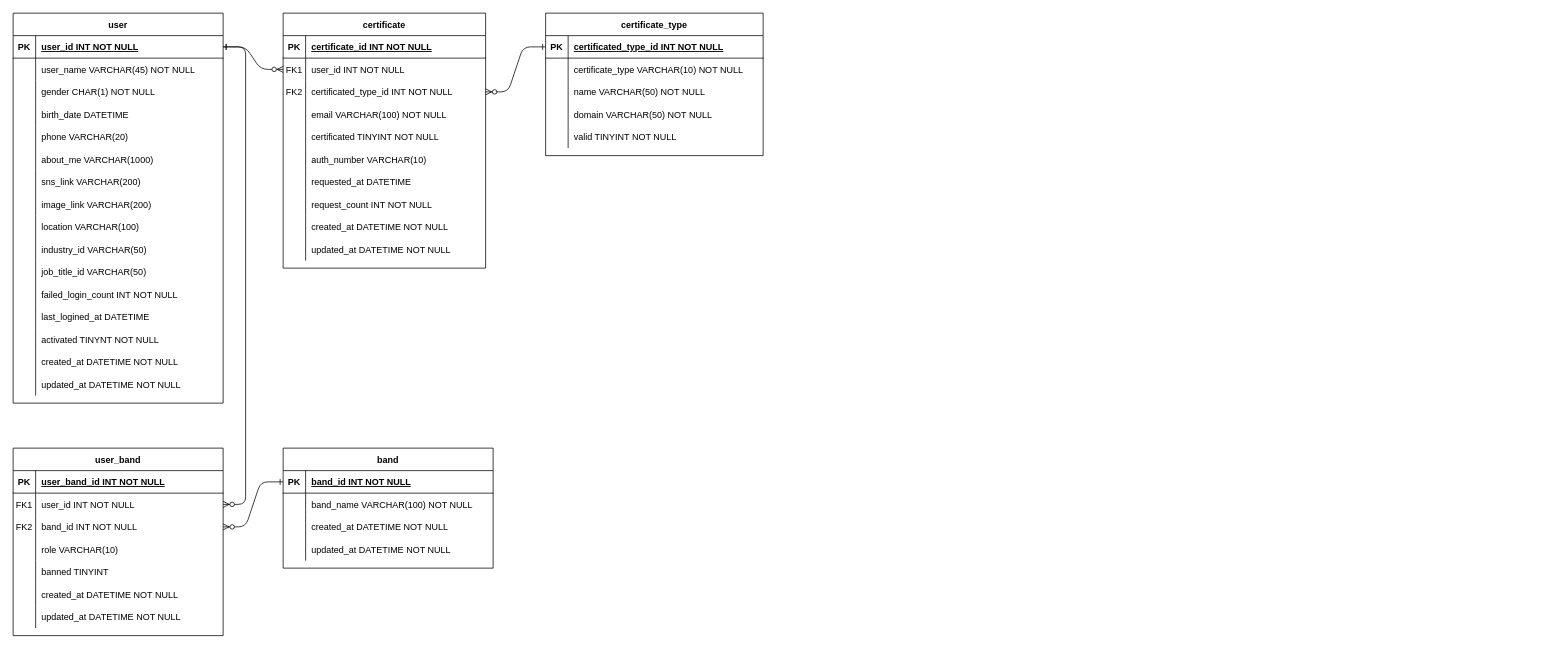
Earlier version of the draw.io diagram ERD.drawio (Peer-Band/Peer-Band-DB). Source tidied: cells renumbered, new cells numbered last; positions are measured from the earlier drawing's top-left corner, leaving out a move shared by most shapes. Both pictures are drawn from the tidied source at 75%, with x=0, y=0 at pixel (13, 13).
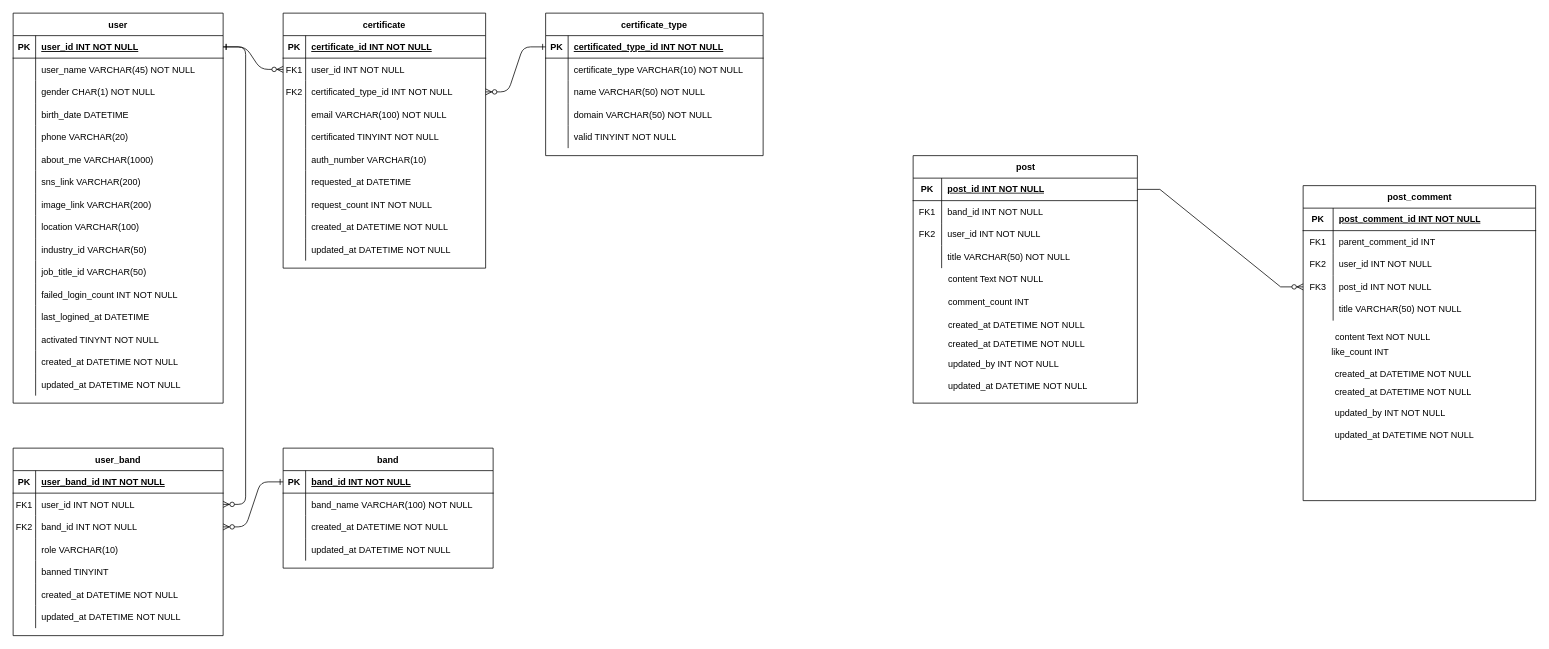
The same page after the edit.

The edit, as a diff of the source:
```diff
@@
+    <mxCell id="137" value="post" style="shape=table;startSize=30;childLayout=tableLayout;rowLines=0;fontStyle=1;align=center;html=1;" parent="1" vertex="1">
+      <mxGeometry x="1200" y="190" width="299" height="330" as="geometry" />
+    </mxCell>
+    <mxCell id="138" style="shape=tableRow;horizontal=0;startSize=0;swimlaneHead=0;swimlaneBody=0;fillColor=none;points=[[0,0.5],[1,0.5]];portConstraint=eastwest;top=0;left=0;right=0;bottom=1;" parent="137" vertex="1">
+      <mxGeometry y="30" width="299" height="30" as="geometry" />
+    </mxCell>
+    <mxCell id="139" value="PK" style="shape=partialRectangle;fillColor=none;top=0;left=0;bottom=0;right=0;fontStyle=1;overflow=hidden;whiteSpace=wrap;html=1;" parent="138" vertex="1">
+      <mxGeometry width="38" height="30" as="geometry" />
+    </mxCell>
+    <mxCell id="140" value="post_id INT NOT NULL" style="shape=partialRectangle;fillColor=none;top=0;left=0;bottom=0;right=0;align=left;spacingLeft=6;fontStyle=5;overflow=hidden;whiteSpace=wrap;html=1;" parent="138" vertex="1">
+      <mxGeometry x="38" width="261" height="30" as="geometry" />
+    </mxCell>
+    <mxCell id="141" style="shape=tableRow;horizontal=0;startSize=0;swimlaneHead=0;swimlaneBody=0;fillColor=none;top=0;left=0;right=0;bottom=0;" parent="137" vertex="1">
+      <mxGeometry y="60" width="299" height="30" as="geometry" />
+    </mxCell>
+    <mxCell id="142" value="FK1" style="shape=partialRectangle;fillColor=none;top=0;left=0;bottom=0;right=0;overflow=hidden;whiteSpace=wrap;html=1;" parent="141" vertex="1">
+      <mxGeometry width="38" height="30" as="geometry" />
+    </mxCell>
+    <mxCell id="143" value="band_id INT NOT NULL" style="shape=partialRectangle;fillColor=none;top=0;left=0;bottom=0;right=0;align=left;spacingLeft=6;overflow=hidden;whiteSpace=wrap;html=1;" parent="141" vertex="1">
+      <mxGeometry x="38" width="261" height="30" as="geometry" />
+    </mxCell>
+    <mxCell id="144" style="shape=tableRow;horizontal=0;startSize=0;swimlaneHead=0;swimlaneBody=0;fillColor=none;top=0;left=0;right=0;bottom=0;" parent="137" vertex="1">
+      <mxGeometry y="90" width="299" height="30" as="geometry" />
+    </mxCell>
+    <mxCell id="145" value="FK2" style="shape=partialRectangle;fillColor=none;top=0;left=0;bottom=0;right=0;overflow=hidden;whiteSpace=wrap;html=1;" parent="144" vertex="1">
+      <mxGeometry width="38" height="30" as="geometry" />
+    </mxCell>
+    <mxCell id="146" value="user_id INT NOT NULL" style="shape=partialRectangle;fillColor=none;top=0;left=0;bottom=0;right=0;align=left;spacingLeft=6;overflow=hidden;whiteSpace=wrap;html=1;" parent="144" vertex="1">
+      <mxGeometry x="38" width="261" height="30" as="geometry" />
+    </mxCell>
+    <mxCell id="147" style="shape=tableRow;horizontal=0;startSize=0;swimlaneHead=0;swimlaneBody=0;fillColor=none;top=0;left=0;right=0;bottom=0;" parent="137" vertex="1">
+      <mxGeometry y="120" width="299" height="30" as="geometry" />
+    </mxCell>
+    <mxCell id="148" style="shape=partialRectangle;fillColor=none;top=0;left=0;bottom=0;right=0;overflow=hidden;whiteSpace=wrap;html=1;" parent="147" vertex="1">
+      <mxGeometry width="38" height="30" as="geometry" />
+    </mxCell>
+    <mxCell id="149" value="title VARCHAR(50) NOT NULL" style="shape=partialRectangle;fillColor=none;top=0;left=0;bottom=0;right=0;align=left;spacingLeft=6;overflow=hidden;whiteSpace=wrap;html=1;" parent="147" vertex="1">
+      <mxGeometry x="38" width="261" height="30" as="geometry" />
+    </mxCell>
+    <mxCell id="150" value="content Text NOT NULL" style="shape=partialRectangle;fillColor=none;top=0;left=0;bottom=0;right=0;align=left;spacingLeft=6;overflow=hidden;whiteSpace=wrap;html=1;" parent="1" vertex="1">
+      <mxGeometry x="1239" y="340" width="260" height="30" as="geometry" />
+    </mxCell>
+    <mxCell id="151" value="comment_count INT&amp;nbsp;" style="shape=partialRectangle;fillColor=none;top=0;left=0;bottom=0;right=0;align=left;spacingLeft=6;overflow=hidden;whiteSpace=wrap;html=1;" parent="1" vertex="1">
+      <mxGeometry x="1239" y="370" width="260" height="30" as="geometry" />
+    </mxCell>
+    <mxCell id="152" value="created_at DATETIME NOT NULL" style="shape=partialRectangle;overflow=hidden;fillColor=none;top=0;left=0;bottom=0;right=0;align=left;spacingLeft=6;" parent="1" vertex="1">
+      <mxGeometry x="1239" y="425" width="240" height="30" as="geometry" />
+    </mxCell>
+    <mxCell id="153" value="updated_by INT NOT NULL" style="shape=partialRectangle;overflow=hidden;fillColor=none;top=0;left=0;bottom=0;right=0;align=left;spacingLeft=6;" parent="1" vertex="1">
+      <mxGeometry x="1239" y="452" width="240" height="30" as="geometry" />
+    </mxCell>
+    <mxCell id="154" value="updated_at DATETIME NOT NULL" style="shape=partialRectangle;overflow=hidden;fillColor=none;top=0;left=0;bottom=0;right=0;align=left;spacingLeft=6;" parent="1" vertex="1">
+      <mxGeometry x="1239" y="482" width="240" height="30" as="geometry" />
+    </mxCell>
+    <mxCell id="155" value="created_at DATETIME NOT NULL" style="shape=partialRectangle;overflow=hidden;fillColor=none;top=0;left=0;bottom=0;right=0;align=left;spacingLeft=6;" parent="1" vertex="1">
+      <mxGeometry x="1239" y="400" width="240" height="30" as="geometry" />
+    </mxCell>
+    <mxCell id="156" value="post_comment" style="shape=table;startSize=30;childLayout=tableLayout;rowLines=0;fontStyle=1;align=center;html=1;" parent="1" vertex="1">
+      <mxGeometry x="1720" y="230" width="310" height="420" as="geometry" />
+    </mxCell>
+    <mxCell id="157" style="shape=tableRow;horizontal=0;startSize=0;swimlaneHead=0;swimlaneBody=0;fillColor=none;top=0;left=0;right=0;bottom=1;" parent="156" vertex="1">
+      <mxGeometry y="30" width="310" height="30" as="geometry" />
+    </mxCell>
+    <mxCell id="158" value="PK" style="shape=partialRectangle;fillColor=none;top=0;left=0;bottom=0;right=0;fontStyle=1;overflow=hidden;whiteSpace=wrap;html=1;" parent="157" vertex="1">
+      <mxGeometry width="40" height="30" as="geometry" />
+    </mxCell>
+    <mxCell id="159" value="post_comment_id INT NOT NULL" style="shape=partialRectangle;fillColor=none;top=0;left=0;bottom=0;right=0;align=left;spacingLeft=6;fontStyle=5;overflow=hidden;whiteSpace=wrap;html=1;" parent="157" vertex="1">
+      <mxGeometry x="40" width="270" height="30" as="geometry" />
+    </mxCell>
+    <mxCell id="160" style="shape=tableRow;horizontal=0;startSize=0;swimlaneHead=0;swimlaneBody=0;fillColor=none;top=0;left=0;right=0;bottom=0;" parent="156" vertex="1">
+      <mxGeometry y="60" width="310" height="30" as="geometry" />
+    </mxCell>
+    <mxCell id="161" value="FK1" style="shape=partialRectangle;fillColor=none;top=0;left=0;bottom=0;right=0;overflow=hidden;whiteSpace=wrap;html=1;" parent="160" vertex="1">
+      <mxGeometry width="40" height="30" as="geometry" />
+    </mxCell>
+    <mxCell id="162" value="parent_comment_id INT&amp;nbsp;" style="shape=partialRectangle;fillColor=none;top=0;left=0;bottom=0;right=0;align=left;spacingLeft=6;overflow=hidden;whiteSpace=wrap;html=1;" parent="160" vertex="1">
+      <mxGeometry x="40" width="270" height="30" as="geometry" />
+    </mxCell>
+    <mxCell id="163" style="shape=tableRow;horizontal=0;startSize=0;swimlaneHead=0;swimlaneBody=0;fillColor=none;top=0;left=0;right=0;bottom=0;" parent="156" vertex="1">
+      <mxGeometry y="90" width="310" height="30" as="geometry" />
+    </mxCell>
+    <mxCell id="164" value="FK2" style="shape=partialRectangle;fillColor=none;top=0;left=0;bottom=0;right=0;overflow=hidden;whiteSpace=wrap;html=1;" parent="163" vertex="1">
+      <mxGeometry width="40" height="30" as="geometry" />
+    </mxCell>
+    <mxCell id="165" value="user_id INT NOT NULL" style="shape=partialRectangle;fillColor=none;top=0;left=0;bottom=0;right=0;align=left;spacingLeft=6;overflow=hidden;whiteSpace=wrap;html=1;" parent="163" vertex="1">
+      <mxGeometry x="40" width="270" height="30" as="geometry" />
+    </mxCell>
+    <mxCell id="166" style="shape=tableRow;horizontal=0;startSize=0;swimlaneHead=0;swimlaneBody=0;fillColor=none;points=[[0,0.5],[1,0.5]];portConstraint=eastwest;top=0;left=0;right=0;bottom=0;" parent="156" vertex="1">
+      <mxGeometry y="120" width="310" height="30" as="geometry" />
+    </mxCell>
+    <mxCell id="167" value="FK3" style="shape=partialRectangle;fillColor=none;top=0;left=0;bottom=0;right=0;overflow=hidden;whiteSpace=wrap;html=1;" parent="166" vertex="1">
+      <mxGeometry width="40" height="30" as="geometry" />
+    </mxCell>
+    <mxCell id="168" value="post_id INT NOT NULL" style="shape=partialRectangle;fillColor=none;top=0;left=0;bottom=0;right=0;align=left;spacingLeft=6;overflow=hidden;whiteSpace=wrap;html=1;" parent="166" vertex="1">
+      <mxGeometry x="40" width="270" height="30" as="geometry" />
+    </mxCell>
+    <mxCell id="169" style="shape=tableRow;horizontal=0;startSize=0;swimlaneHead=0;swimlaneBody=0;fillColor=none;top=0;left=0;right=0;bottom=0;" parent="156" vertex="1">
+      <mxGeometry y="150" width="310" height="30" as="geometry" />
+    </mxCell>
+    <mxCell id="170" style="shape=partialRectangle;fillColor=none;top=0;left=0;bottom=0;right=0;overflow=hidden;whiteSpace=wrap;html=1;" parent="169" vertex="1">
+      <mxGeometry width="40" height="30" as="geometry" />
+    </mxCell>
+    <mxCell id="171" value="title VARCHAR(50) NOT NULL" style="shape=partialRectangle;fillColor=none;top=0;left=0;bottom=0;right=0;align=left;spacingLeft=6;overflow=hidden;whiteSpace=wrap;html=1;" parent="169" vertex="1">
+      <mxGeometry x="40" width="270" height="30" as="geometry" />
+    </mxCell>
+    <mxCell id="172" value="content Text NOT NULL" style="shape=partialRectangle;fillColor=none;top=0;left=0;bottom=0;right=0;align=left;spacingLeft=6;overflow=hidden;whiteSpace=wrap;html=1;" parent="1" vertex="1">
+      <mxGeometry x="1754.5" y="417" width="260" height="30" as="geometry" />
+    </mxCell>
+    <mxCell id="173" value="like_count INT&amp;nbsp;" style="shape=partialRectangle;fillColor=none;top=0;left=0;bottom=0;right=0;align=left;spacingLeft=6;overflow=hidden;whiteSpace=wrap;html=1;" parent="1" vertex="1">
+      <mxGeometry x="1750" y="437" width="260" height="30" as="geometry" />
+    </mxCell>
+    <mxCell id="174" value="created_at DATETIME NOT NULL" style="shape=partialRectangle;overflow=hidden;fillColor=none;top=0;left=0;bottom=0;right=0;align=left;spacingLeft=6;" parent="1" vertex="1">
+      <mxGeometry x="1754.5" y="490" width="240" height="30" as="geometry" />
+    </mxCell>
+    <mxCell id="175" value="updated_by INT NOT NULL" style="shape=partialRectangle;overflow=hidden;fillColor=none;top=0;left=0;bottom=0;right=0;align=left;spacingLeft=6;" parent="1" vertex="1">
+      <mxGeometry x="1754.5" y="517" width="240" height="30" as="geometry" />
+    </mxCell>
+    <mxCell id="176" value="updated_at DATETIME NOT NULL" style="shape=partialRectangle;overflow=hidden;fillColor=none;top=0;left=0;bottom=0;right=0;align=left;spacingLeft=6;" parent="1" vertex="1">
+      <mxGeometry x="1754.5" y="547" width="240" height="30" as="geometry" />
+    </mxCell>
+    <mxCell id="177" value="created_at DATETIME NOT NULL" style="shape=partialRectangle;overflow=hidden;fillColor=none;top=0;left=0;bottom=0;right=0;align=left;spacingLeft=6;" parent="1" vertex="1">
+      <mxGeometry x="1754.5" y="465" width="240" height="30" as="geometry" />
+    </mxCell>
+    <mxCell id="178" style="edgeStyle=entityRelationEdgeStyle;fontSize=12;html=1;endArrow=ERzeroToMany;endFill=1;rounded=0;exitX=1;exitY=0.5;exitDx=0;exitDy=0;entryX=0;entryY=0.5;entryDx=0;entryDy=0;" parent="1" edge="1" source="138" target="166">
+      <mxGeometry relative="1" as="geometry" />
+    </mxCell>
```
